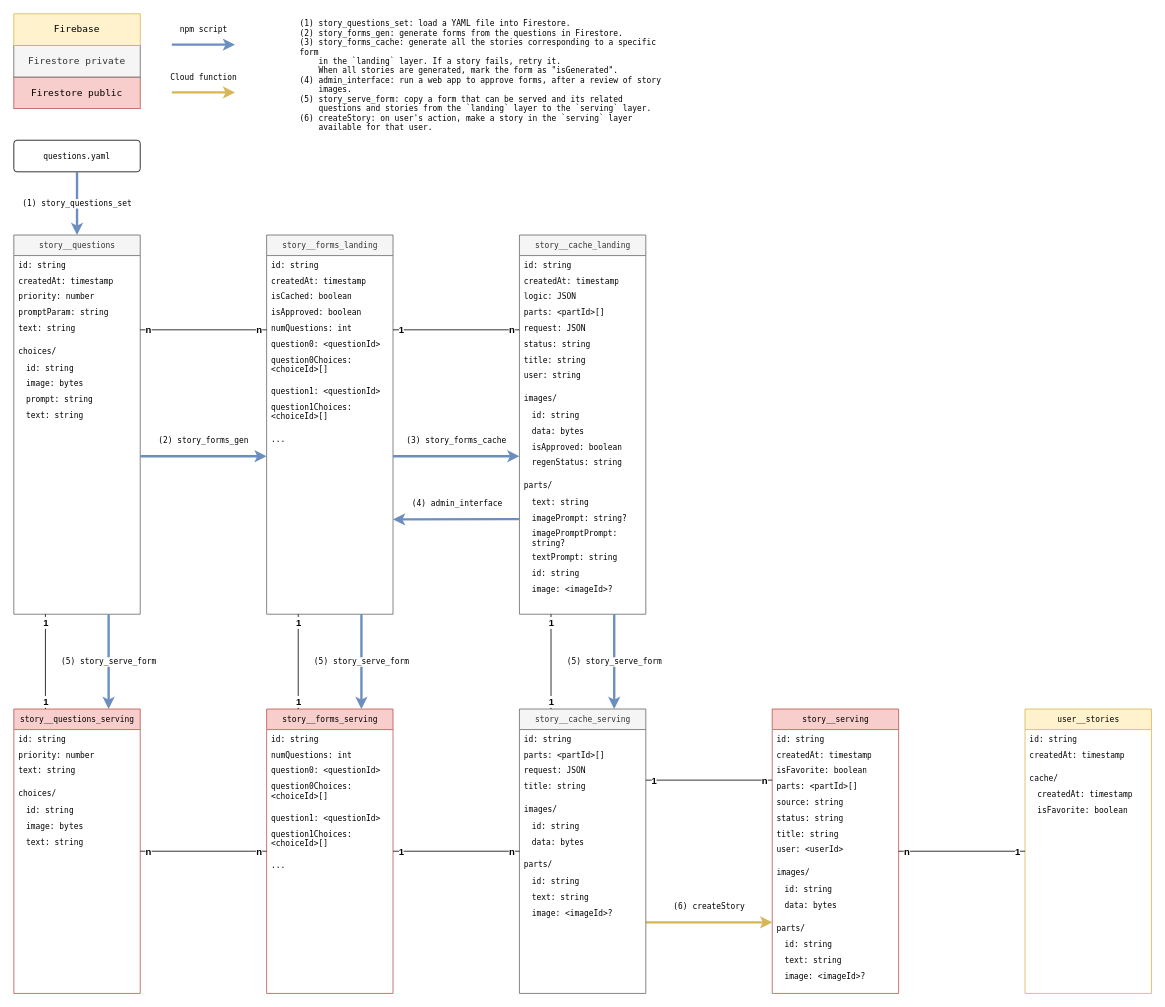
Above: doc/data_flow.drawio in AceZz/bedtime-writer (draw.io), before the change. Source tidied: cells renumbered, new cells numbered last; positions are measured from the earlier drawing's top-left corner, leaving out a move shared by most shapes. Both pictures are drawn from the tidied source at 79%, with x=0, y=0 at pixel (13, 13).
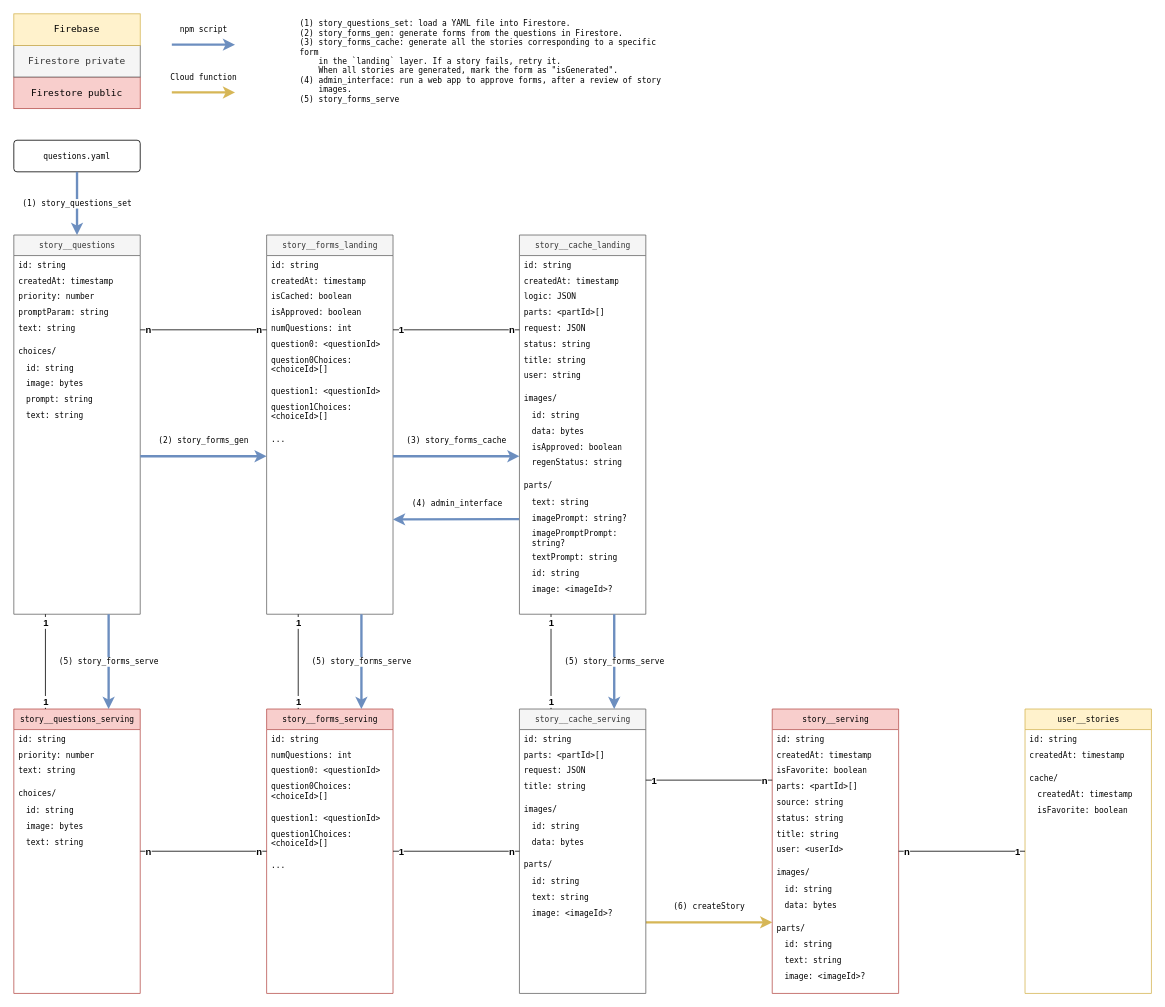
After the change.

Commit message (it also covers changes not shown here):
refactor(backend): rename story_serve_form

Unchanged cells that the change refers to:
```xml
<mxCell id="2" value="story__questions" style="swimlane;html=1;fontStyle=0;horizontal=1;startSize=26;swimlaneFillColor=#ffffff;rounded=0;shadow=0;comic=0;labelBackgroundColor=none;strokeWidth=1;fontFamily=Lucida Console;fontSize=10;align=center;fillColor=#f5f5f5;strokeColor=#666666;swimlaneLine=1;glass=0;fontColor=#333333;" parent="1" vertex="1">
  <mxGeometry y="280" width="160" height="480" as="geometry" />
</mxCell>
<mxCell id="13" value="story__forms_landing" style="swimlane;html=1;fontStyle=0;horizontal=1;startSize=26;swimlaneFillColor=#ffffff;rounded=0;shadow=0;comic=0;labelBackgroundColor=none;strokeWidth=1;fontFamily=Lucida Console;fontSize=10;align=center;fillColor=#f5f5f5;fontColor=#333333;strokeColor=#666666;swimlaneLine=1;glass=0;" parent="1" vertex="1">
  <mxGeometry x="320" y="280" width="160" height="480" as="geometry" />
</mxCell>
<mxCell id="24" value="story__cache_landing" style="swimlane;html=1;fontStyle=0;horizontal=1;startSize=26;swimlaneFillColor=#ffffff;rounded=0;shadow=0;comic=0;labelBackgroundColor=none;strokeWidth=1;fontFamily=Lucida Console;fontSize=10;align=center;fillColor=#f5f5f5;fontColor=#333333;strokeColor=#666666;swimlaneLine=1;glass=0;" parent="1" vertex="1">
  <mxGeometry x="640" y="280" width="160" height="480" as="geometry" />
</mxCell>
<mxCell id="45" value="story__forms_serving" style="swimlane;html=1;fontStyle=0;horizontal=1;startSize=26;swimlaneFillColor=#ffffff;rounded=0;shadow=0;comic=0;labelBackgroundColor=none;strokeWidth=1;fontFamily=Lucida Console;fontSize=10;align=center;fillColor=#f8cecc;strokeColor=#b85450;swimlaneLine=1;glass=0;" parent="1" vertex="1">
  <mxGeometry x="320" y="880" width="160" height="360" as="geometry" />
</mxCell>
<mxCell id="54" value="story__cache_serving" style="swimlane;html=1;fontStyle=0;horizontal=1;startSize=26;swimlaneFillColor=#ffffff;rounded=0;shadow=0;comic=0;labelBackgroundColor=none;strokeWidth=1;fontFamily=Lucida Console;fontSize=10;align=center;fillColor=#f5f5f5;strokeColor=#666666;swimlaneLine=1;glass=0;fontColor=#333333;" parent="1" vertex="1">
  <mxGeometry x="640" y="880" width="160" height="360" as="geometry" />
</mxCell>
<mxCell id="128" value="story__questions_serving" style="swimlane;html=1;fontStyle=0;horizontal=1;startSize=26;swimlaneFillColor=#ffffff;rounded=0;shadow=0;comic=0;labelBackgroundColor=none;strokeWidth=1;fontFamily=Lucida Console;fontSize=10;align=center;fillColor=#f8cecc;strokeColor=#b85450;swimlaneLine=1;glass=0;" parent="1" vertex="1">
  <mxGeometry y="880" width="160" height="360" as="geometry" />
</mxCell>
```

The edit, as a diff of the source:
```diff
@@
-    <mxCell id="123" value="(5) story_serve_form" style="endArrow=classic;html=1;rounded=0;endFill=1;fontFamily=Lucida Console;fontSize=10;strokeWidth=3;fillColor=#dae8fc;strokeColor=#6c8ebf;align=center;verticalAlign=middle;exitX=0.75;exitY=1;exitDx=0;exitDy=0;entryX=0.75;entryY=0;entryDx=0;entryDy=0;" parent="1" edge="1" source="13" target="45">
+    <mxCell id="123" value="(5) story_forms_serve" style="endArrow=classic;html=1;rounded=0;endFill=1;fontFamily=Lucida Console;fontSize=10;strokeWidth=3;fillColor=#dae8fc;strokeColor=#6c8ebf;align=center;verticalAlign=middle;exitX=0.75;exitY=1;exitDx=0;exitDy=0;entryX=0.75;entryY=0;entryDx=0;entryDy=0;" parent="1" edge="1" source="13" target="45">
       <mxGeometry relative="1" as="geometry" />
     </mxCell>
@@
-    <mxCell id="125" value="(5) story_serve_form" style="endArrow=classic;html=1;rounded=0;endFill=1;fontFamily=Lucida Console;fontSize=10;strokeWidth=3;fillColor=#dae8fc;strokeColor=#6c8ebf;align=center;verticalAlign=middle;exitX=0.75;exitY=1;exitDx=0;exitDy=0;entryX=0.75;entryY=0;entryDx=0;entryDy=0;" parent="1" edge="1" source="24" target="54">
+    <mxCell id="125" value="(5) story_forms_serve" style="endArrow=classic;html=1;rounded=0;endFill=1;fontFamily=Lucida Console;fontSize=10;strokeWidth=3;fillColor=#dae8fc;strokeColor=#6c8ebf;align=center;verticalAlign=middle;exitX=0.75;exitY=1;exitDx=0;exitDy=0;entryX=0.75;entryY=0;entryDx=0;entryDy=0;" parent="1" edge="1" source="24" target="54">
       <mxGeometry relative="1" as="geometry" />
     </mxCell>
@@
-    <mxCell id="127" value="(1) story_questions_set: load a YAML file into Firestore.&lt;br&gt;(2) story_forms_gen: generate forms from the questions in Firestore.&lt;br&gt;(3) story_forms_cache: generate all the stories corresponding to a specific form&lt;br&gt;&amp;nbsp; &amp;nbsp; in the `landing` layer. If a story fails, retry it.&lt;br&gt;&amp;nbsp;&amp;nbsp;&amp;nbsp; When all stories are generated, mark the form as &quot;isGenerated&quot;.&lt;br&gt;(4) admin_interface: run a web app to approve forms, after a review of story &lt;br&gt;&amp;nbsp; &amp;nbsp; images.&lt;br&gt;(5) story_serve_form: copy a form that can be served and its related&lt;br&gt;&amp;nbsp;&amp;nbsp;&amp;nbsp; questions and stories from the `landing` layer to the `serving` layer.&lt;br&gt;&lt;div&gt;(6) createStory: on user's action, make a story in the `serving` layer&lt;/div&gt;&lt;div&gt;&amp;nbsp;&amp;nbsp;&amp;nbsp; available for that user.&lt;/div&gt;" style="text;html=1;strokeColor=none;fillColor=none;align=left;verticalAlign=top;whiteSpace=wrap;rounded=0;fontFamily=Lucida Console;fontSize=10;" parent="1" vertex="1">
+    <mxCell id="127" value="(1) story_questions_set: load a YAML file into Firestore.&lt;br&gt;(2) story_forms_gen: generate forms from the questions in Firestore.&lt;br&gt;(3) story_forms_cache: generate all the stories corresponding to a specific form&lt;br&gt;&amp;nbsp; &amp;nbsp; in the `landing` layer. If a story fails, retry it.&lt;br&gt;&amp;nbsp;&amp;nbsp;&amp;nbsp; When all stories are generated, mark the form as &quot;isGenerated&quot;.&lt;br&gt;(4) admin_interface: run a web app to approve forms, after a review of story &lt;br&gt;&amp;nbsp; &amp;nbsp; images.&lt;br&gt;(5) story_forms_serve" style="text;html=1;strokeColor=none;fillColor=none;align=left;verticalAlign=top;whiteSpace=wrap;rounded=0;fontFamily=Lucida Console;fontSize=10;" parent="1" vertex="1">
       <mxGeometry x="360" width="480" height="120" as="geometry" />
     </mxCell>
@@
-    <mxCell id="139" value="(5) story_serve_form" style="endArrow=classic;html=1;rounded=0;endFill=1;fontFamily=Lucida Console;fontSize=10;strokeWidth=3;fillColor=#dae8fc;strokeColor=#6c8ebf;align=center;verticalAlign=middle;exitX=0.75;exitY=1;exitDx=0;exitDy=0;entryX=0.75;entryY=0;entryDx=0;entryDy=0;" parent="1" edge="1" source="2" target="128">
+    <mxCell id="139" value="(5) story_forms_serve" style="endArrow=classic;html=1;rounded=0;endFill=1;fontFamily=Lucida Console;fontSize=10;strokeWidth=3;fillColor=#dae8fc;strokeColor=#6c8ebf;align=center;verticalAlign=middle;exitX=0.75;exitY=1;exitDx=0;exitDy=0;entryX=0.75;entryY=0;entryDx=0;entryDy=0;" parent="1" edge="1" source="2" target="128">
       <mxGeometry relative="1" as="geometry" />
     </mxCell>
```
